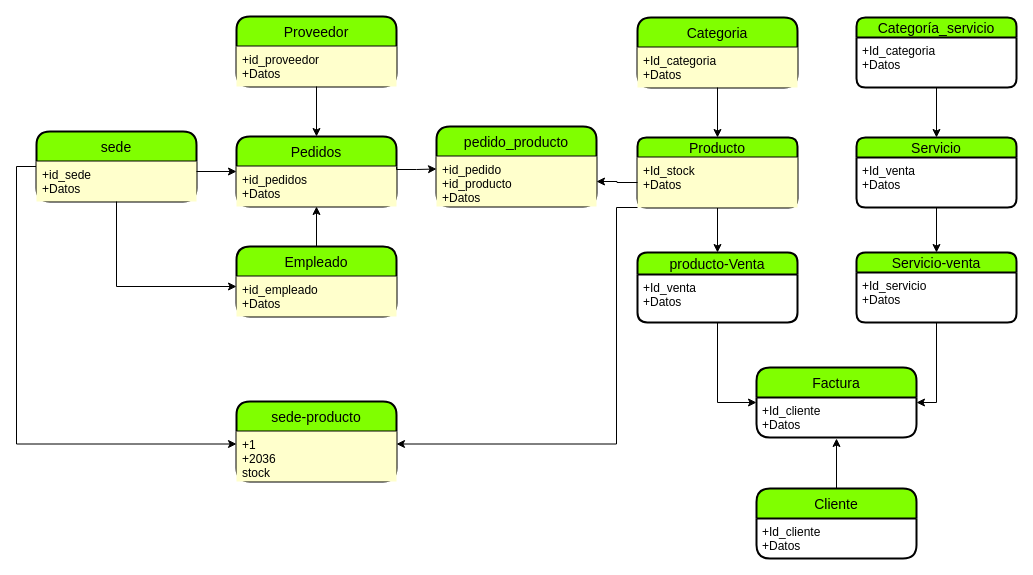
MikhersAgustiniana/Diagrama-MER keeps this draw.io diagram as Diagrama sin título.drawio. Above is the earlier version. Source tidied: cells renumbered, new cells numbered last; positions are measured from the earlier drawing's top-left corner, leaving out a move shared by most shapes. Both pictures are drawn from the tidied source at 100%, with x=0, y=0 at pixel (36, 16).
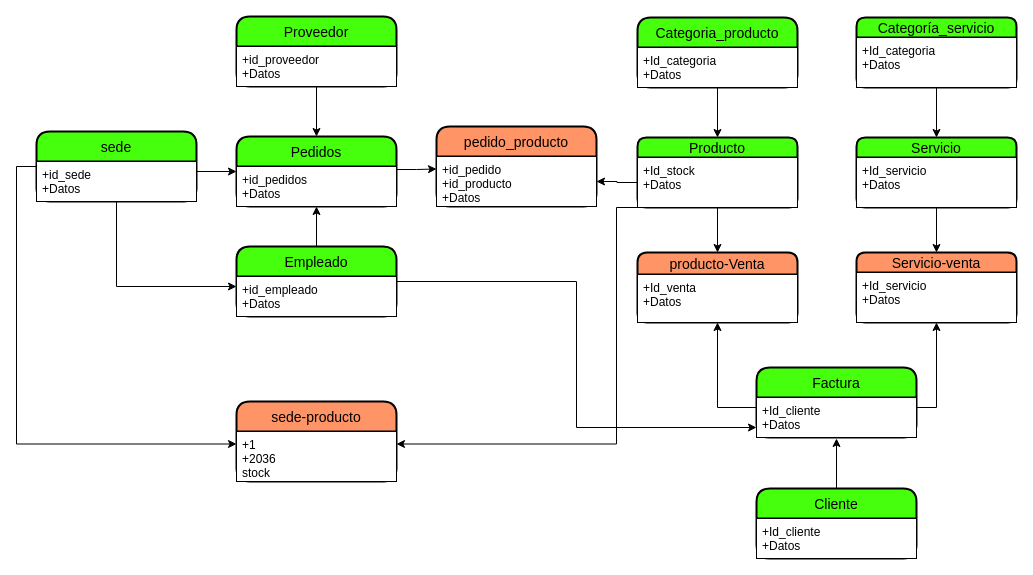
The same diagram, later.

Diff of the diagram source:
```diff
@@
-    <mxCell id="2" value="Proveedor" style="swimlane;horizontal=1;startSize=30;rounded=1;fontSize=14;fontStyle=0;strokeWidth=2;shadow=0;dashed=0;align=center;fillColor=#80FF00;" parent="1" vertex="1">
+    <mxCell id="2" value="Proveedor" style="swimlane;horizontal=1;startSize=30;rounded=1;fontSize=14;fontStyle=0;strokeWidth=2;shadow=0;dashed=0;align=center;fillColor=#45FF0D;strokeColor=#000000;" parent="1" vertex="1">
       <mxGeometry x="200" width="160" height="70" as="geometry" />
     </mxCell>
-    <mxCell id="3" value="+id_proveedor&#10;+Datos" style="align=left;strokeColor=none;fillColor=#FFFFCC;spacingLeft=4;fontSize=12;verticalAlign=top;" parent="2" vertex="1">
+    <mxCell id="3" value="+id_proveedor&#10;+Datos" style="align=left;strokeColor=#000000;fillColor=#FFFFFF;spacingLeft=4;fontSize=12;verticalAlign=top;" parent="2" vertex="1">
       <mxGeometry y="30" width="160" height="40" as="geometry" />
     </mxCell>
-    <mxCell id="4" value="Pedidos" style="swimlane;horizontal=1;startSize=30;rounded=1;fontSize=14;fontStyle=0;strokeWidth=2;shadow=0;dashed=0;align=center;fillColor=#80FF00;" parent="1" vertex="1">
+    <mxCell id="4" value="Pedidos" style="swimlane;horizontal=1;startSize=30;rounded=1;fontSize=14;fontStyle=0;strokeWidth=2;shadow=0;dashed=0;align=center;fillColor=#45FF0D;strokeColor=#000000;" parent="1" vertex="1">
       <mxGeometry x="200" y="120" width="160" height="70" as="geometry" />
     </mxCell>
-    <mxCell id="5" value="+id_pedidos&#10;+Datos" style="align=left;strokeColor=none;fillColor=#FFFFCC;spacingLeft=4;fontSize=12;verticalAlign=top;" parent="4" vertex="1">
+    <mxCell id="5" value="+id_pedidos&#10;+Datos" style="align=left;strokeColor=#000000;fillColor=#FFFFFF;spacingLeft=4;fontSize=12;verticalAlign=top;" parent="4" vertex="1">
       <mxGeometry y="30" width="160" height="40" as="geometry" />
     </mxCell>
-    <mxCell id="6" style="edgeStyle=orthogonalEdgeStyle;rounded=0;jettySize=auto;html=1;exitX=0.5;exitY=1;exitDx=0;exitDy=0;entryX=0.5;entryY=0;entryDx=0;entryDy=0;" parent="1" edge="1" source="3" target="4">
+    <mxCell id="6" style="edgeStyle=orthogonalEdgeStyle;rounded=0;jettySize=auto;html=1;exitX=0.5;exitY=1;exitDx=0;exitDy=0;entryX=0.5;entryY=0;entryDx=0;entryDy=0;fillColor=#FFFFFF;strokeColor=#000000;" parent="1" edge="1" source="3" target="4">
       <mxGeometry relative="1" as="geometry" />
     </mxCell>
-    <mxCell id="7" style="edgeStyle=orthogonalEdgeStyle;rounded=0;jettySize=auto;html=1;entryX=0.5;entryY=1;entryDx=0;entryDy=0;" parent="1" edge="1" source="8" target="5">
+    <mxCell id="7" style="edgeStyle=orthogonalEdgeStyle;rounded=0;jettySize=auto;html=1;entryX=0.5;entryY=1;entryDx=0;entryDy=0;fillColor=#FFFFFF;strokeColor=#000000;" parent="1" edge="1" source="8" target="5">
       <mxGeometry relative="1" as="geometry" />
     </mxCell>
+    <mxCell id="45" style="edgeStyle=orthogonalEdgeStyle;rounded=0;jettySize=auto;html=1;exitX=1;exitY=0.5;exitDx=0;exitDy=0;entryX=0;entryY=0.75;entryDx=0;entryDy=0;fillColor=#FFFFFF;strokeColor=#000000;" parent="1" edge="1" source="8" target="40">
+      <mxGeometry relative="1" as="geometry">
+        <Array as="points">
+          <mxPoint x="540" y="265" />
+          <mxPoint x="540" y="411" />
+        </Array>
+      </mxGeometry>
+    </mxCell>
-    <mxCell id="8" value="Empleado" style="swimlane;horizontal=1;startSize=30;rounded=1;fontSize=14;fontStyle=0;strokeWidth=2;shadow=0;dashed=0;align=center;fillColor=#80FF00;" parent="1" vertex="1">
+    <mxCell id="8" value="Empleado" style="swimlane;horizontal=1;startSize=30;rounded=1;fontSize=14;fontStyle=0;strokeWidth=2;shadow=0;dashed=0;align=center;fillColor=#45FF0D;strokeColor=#000000;" parent="1" vertex="1">
       <mxGeometry x="200" y="230" width="160" height="70" as="geometry" />
     </mxCell>
-    <mxCell id="9" value="+id_empleado&#10;+Datos" style="align=left;strokeColor=none;fillColor=#FFFFCC;spacingLeft=4;fontSize=12;verticalAlign=top;" parent="8" vertex="1">
+    <mxCell id="9" value="+id_empleado&#10;+Datos" style="align=left;strokeColor=#000000;fillColor=#FFFFFF;spacingLeft=4;fontSize=12;verticalAlign=top;" parent="8" vertex="1">
       <mxGeometry y="30" width="160" height="40" as="geometry" />
     </mxCell>
-    <mxCell id="10" value="pedido_producto" style="swimlane;horizontal=1;startSize=30;rounded=1;fontSize=14;fontStyle=0;strokeWidth=2;shadow=0;dashed=0;align=center;fillColor=#80FF00;" parent="1" vertex="1">
+    <mxCell id="10" value="pedido_producto" style="swimlane;horizontal=1;startSize=30;rounded=1;fontSize=14;fontStyle=0;strokeWidth=2;shadow=0;dashed=0;align=center;fillColor=#FF9466;strokeColor=#000000;" parent="1" vertex="1">
       <mxGeometry x="400" y="110" width="160" height="80" as="geometry" />
     </mxCell>
-    <mxCell id="11" value="+id_pedido&#10;+id_producto&#10;+Datos" style="align=left;strokeColor=none;fillColor=#FFFFCC;spacingLeft=4;fontSize=12;verticalAlign=top;" parent="10" vertex="1">
+    <mxCell id="11" value="+id_pedido&#10;+id_producto&#10;+Datos" style="align=left;strokeColor=#000000;fillColor=#FFFFFF;spacingLeft=4;fontSize=12;verticalAlign=top;" parent="10" vertex="1">
       <mxGeometry y="30" width="160" height="50" as="geometry" />
     </mxCell>
-    <mxCell id="12" style="edgeStyle=orthogonalEdgeStyle;rounded=0;jettySize=auto;html=1;exitX=0.5;exitY=1;exitDx=0;exitDy=0;entryX=0.5;entryY=0;entryDx=0;entryDy=0;" parent="1" edge="1" source="13" target="17">
+    <mxCell id="12" style="edgeStyle=orthogonalEdgeStyle;rounded=0;jettySize=auto;html=1;exitX=0.5;exitY=1;exitDx=0;exitDy=0;entryX=0.5;entryY=0;entryDx=0;entryDy=0;fillColor=#FFFFFF;strokeColor=#000000;" parent="1" edge="1" source="13" target="17">
       <mxGeometry relative="1" as="geometry" />
     </mxCell>
-    <mxCell id="13" value="Producto" style="swimlane;horizontal=1;startSize=20;rounded=1;fontSize=14;fontStyle=0;strokeWidth=2;shadow=0;dashed=0;align=center;fillColor=#80FF00;" parent="1" vertex="1">
+    <mxCell id="13" value="Producto" style="swimlane;horizontal=1;startSize=20;rounded=1;fontSize=14;fontStyle=0;strokeWidth=2;shadow=0;dashed=0;align=center;fillColor=#45FF0D;strokeColor=#000000;" parent="1" vertex="1">
       <mxGeometry x="601" y="121" width="160" height="70" as="geometry" />
     </mxCell>
-    <mxCell id="14" value="+Id_stock&#10;+Datos" style="align=left;strokeColor=none;fillColor=#FFFFCC;spacingLeft=4;fontSize=12;verticalAlign=top;" parent="13" vertex="1">
+    <mxCell id="14" value="+Id_stock&#10;+Datos" style="align=left;strokeColor=#000000;fillColor=#FFFFFF;spacingLeft=4;fontSize=12;verticalAlign=top;" parent="13" vertex="1">
       <mxGeometry y="20" width="160" height="50" as="geometry" />
     </mxCell>
-    <mxCell id="15" value="Categoria" style="swimlane;horizontal=1;startSize=30;rounded=1;fontSize=14;fontStyle=0;strokeWidth=2;shadow=0;dashed=0;align=center;fillColor=#80FF00;" parent="1" vertex="1">
+    <mxCell id="15" value="Categoria_producto" style="swimlane;horizontal=1;startSize=30;rounded=1;fontSize=14;fontStyle=0;strokeWidth=2;shadow=0;dashed=0;align=center;fillColor=#45FF0D;strokeColor=#000000;" parent="1" vertex="1">
       <mxGeometry x="601" y="1" width="160" height="70" as="geometry" />
     </mxCell>
-    <mxCell id="16" value="+Id_categoria&#10;+Datos" style="align=left;strokeColor=none;fillColor=#FFFFCC;spacingLeft=4;fontSize=12;verticalAlign=top;" parent="15" vertex="1">
+    <mxCell id="16" value="+Id_categoria&#10;+Datos" style="align=left;strokeColor=#000000;fillColor=#FFFFFF;spacingLeft=4;fontSize=12;verticalAlign=top;" parent="15" vertex="1">
       <mxGeometry y="30" width="160" height="40" as="geometry" />
     </mxCell>
-    <mxCell id="17" value="producto-Venta" style="swimlane;horizontal=1;startSize=22;rounded=1;fontSize=14;fontStyle=0;strokeWidth=2;shadow=0;dashed=0;align=center;fillColor=#80FF00;" parent="1" vertex="1">
+    <mxCell id="17" value="producto-Venta" style="swimlane;horizontal=1;startSize=22;rounded=1;fontSize=14;fontStyle=0;strokeWidth=2;shadow=0;dashed=0;align=center;fillColor=#FF9466;strokeColor=#000000;" parent="1" vertex="1">
       <mxGeometry x="601" y="236" width="160" height="70" as="geometry" />
     </mxCell>
-    <mxCell id="18" value="+Id_venta&#10;+Datos" style="align=left;strokeColor=none;fillColor=none;spacingLeft=4;fontSize=12;verticalAlign=top;" parent="17" vertex="1">
+    <mxCell id="18" value="+Id_venta&#10;+Datos" style="align=left;strokeColor=#000000;fillColor=#FFFFFF;spacingLeft=4;fontSize=12;verticalAlign=top;" parent="17" vertex="1">
       <mxGeometry y="22" width="160" height="48" as="geometry" />
     </mxCell>
-    <mxCell id="19" value="Servicio-venta" style="swimlane;horizontal=1;startSize=20;rounded=1;fontSize=14;fontStyle=0;strokeWidth=2;shadow=0;dashed=0;align=center;fillColor=#80FF00;" parent="1" vertex="1">
+    <mxCell id="19" value="Servicio-venta" style="swimlane;horizontal=1;startSize=20;rounded=1;fontSize=14;fontStyle=0;strokeWidth=2;shadow=0;dashed=0;align=center;fillColor=#FF9466;strokeColor=#000000;" parent="1" vertex="1">
       <mxGeometry x="820" y="236" width="160" height="70" as="geometry" />
     </mxCell>
-    <mxCell id="20" value="+Id_servicio&#10;+Datos" style="align=left;strokeColor=none;fillColor=none;spacingLeft=4;fontSize=12;verticalAlign=top;" parent="19" vertex="1">
+    <mxCell id="20" value="+Id_servicio&#10;+Datos" style="align=left;strokeColor=#000000;fillColor=#FFFFFF;spacingLeft=4;fontSize=12;verticalAlign=top;" parent="19" vertex="1">
       <mxGeometry y="20" width="160" height="50" as="geometry" />
     </mxCell>
-    <mxCell id="21" style="edgeStyle=orthogonalEdgeStyle;rounded=0;jettySize=auto;html=1;" parent="1" edge="1" source="22">
+    <mxCell id="21" style="edgeStyle=orthogonalEdgeStyle;rounded=0;jettySize=auto;html=1;fillColor=#FFFFFF;strokeColor=#000000;" parent="1" edge="1" source="22">
       <mxGeometry relative="1" as="geometry">
         <mxPoint x="800" y="422" as="targetPoint" />
       </mxGeometry>
     </mxCell>
-    <mxCell id="22" value="Cliente" style="swimlane;horizontal=1;startSize=30;rounded=1;fontSize=14;fontStyle=0;strokeWidth=2;shadow=0;dashed=0;align=center;fillColor=#80FF00;" parent="1" vertex="1">
+    <mxCell id="22" value="Cliente" style="swimlane;horizontal=1;startSize=30;rounded=1;fontSize=14;fontStyle=0;strokeWidth=2;shadow=0;dashed=0;align=center;fillColor=#45FF0D;strokeColor=#000000;" parent="1" vertex="1">
       <mxGeometry x="720" y="472" width="160" height="70" as="geometry" />
     </mxCell>
-    <mxCell id="23" value="+Id_cliente&#10;+Datos" style="align=left;strokeColor=none;fillColor=none;spacingLeft=4;fontSize=12;verticalAlign=top;" parent="22" vertex="1">
+    <mxCell id="23" value="+Id_cliente&#10;+Datos" style="align=left;strokeColor=#000000;fillColor=#FFFFFF;spacingLeft=4;fontSize=12;verticalAlign=top;" parent="22" vertex="1">
       <mxGeometry y="30" width="160" height="40" as="geometry" />
     </mxCell>
-    <mxCell id="24" value="Categoría_servicio" style="swimlane;horizontal=1;startSize=20;rounded=1;fontSize=14;fontStyle=0;strokeWidth=2;shadow=0;dashed=0;align=center;fillColor=#80FF00;" parent="1" vertex="1">
+    <mxCell id="24" value="Categoría_servicio" style="swimlane;horizontal=1;startSize=20;rounded=1;fontSize=14;fontStyle=0;strokeWidth=2;shadow=0;dashed=0;align=center;fillColor=#45FF0D;strokeColor=#000000;" parent="1" vertex="1">
       <mxGeometry x="820" y="1" width="160" height="70" as="geometry" />
     </mxCell>
-    <mxCell id="25" value="+Id_categoria&#10;+Datos" style="align=left;strokeColor=none;fillColor=none;spacingLeft=4;fontSize=12;verticalAlign=top;" parent="24" vertex="1">
+    <mxCell id="25" value="+Id_categoria&#10;+Datos" style="align=left;strokeColor=#000000;fillColor=#FFFFFF;spacingLeft=4;fontSize=12;verticalAlign=top;" parent="24" vertex="1">
       <mxGeometry y="20" width="160" height="50" as="geometry" />
     </mxCell>
-    <mxCell id="26" style="edgeStyle=orthogonalEdgeStyle;rounded=0;jettySize=auto;html=1;exitX=0.5;exitY=1;exitDx=0;exitDy=0;entryX=0.5;entryY=0;entryDx=0;entryDy=0;" parent="1" edge="1" source="16" target="13">
+    <mxCell id="26" style="edgeStyle=orthogonalEdgeStyle;rounded=0;jettySize=auto;html=1;exitX=0.5;exitY=1;exitDx=0;exitDy=0;entryX=0.5;entryY=0;entryDx=0;entryDy=0;fillColor=#FFFFFF;strokeColor=#000000;" parent="1" edge="1" source="16" target="13">
       <mxGeometry relative="1" as="geometry" />
     </mxCell>
-    <mxCell id="27" style="edgeStyle=orthogonalEdgeStyle;rounded=0;jettySize=auto;html=1;" parent="1" edge="1" source="14" target="11">
+    <mxCell id="27" style="edgeStyle=orthogonalEdgeStyle;rounded=0;jettySize=auto;html=1;fillColor=#FFFFFF;strokeColor=#000000;" parent="1" edge="1" source="14" target="11">
       <mxGeometry relative="1" as="geometry" />
     </mxCell>
-    <mxCell id="28" style="edgeStyle=orthogonalEdgeStyle;rounded=0;jettySize=auto;html=1;exitX=1;exitY=0;exitDx=0;exitDy=0;entryX=0;entryY=0.25;entryDx=0;entryDy=0;" parent="1" edge="1" source="5" target="11">
+    <mxCell id="28" style="edgeStyle=orthogonalEdgeStyle;rounded=0;jettySize=auto;html=1;exitX=1;exitY=0;exitDx=0;exitDy=0;entryX=0;entryY=0.25;entryDx=0;entryDy=0;fillColor=#FFFFFF;strokeColor=#000000;" parent="1" edge="1" source="5" target="11">
       <mxGeometry relative="1" as="geometry">
         <Array as="points">
           <mxPoint x="360" y="153" />
           <mxPoint x="380" y="153" />
         </Array>
       </mxGeometry>
     </mxCell>
-    <mxCell id="29" style="edgeStyle=orthogonalEdgeStyle;rounded=0;jettySize=auto;html=1;exitX=0;exitY=0.5;exitDx=0;exitDy=0;entryX=0;entryY=0.25;entryDx=0;entryDy=0;" parent="1" edge="1" source="30" target="35">
+    <mxCell id="29" style="edgeStyle=orthogonalEdgeStyle;rounded=0;jettySize=auto;html=1;exitX=0;exitY=0.5;exitDx=0;exitDy=0;entryX=0;entryY=0.25;entryDx=0;entryDy=0;fillColor=#FFFFFF;strokeColor=#000000;" parent="1" edge="1" source="30" target="35">
       <mxGeometry relative="1" as="geometry" />
     </mxCell>
-    <mxCell id="30" value="sede" style="swimlane;horizontal=1;startSize=30;rounded=1;fontSize=14;fontStyle=0;strokeWidth=2;shadow=0;dashed=0;align=center;fillColor=#80FF00;" parent="1" vertex="1">
+    <mxCell id="30" value="sede" style="swimlane;horizontal=1;startSize=30;rounded=1;fontSize=14;fontStyle=0;strokeWidth=2;shadow=0;dashed=0;align=center;fillColor=#45FF0D;strokeColor=#000000;" parent="1" vertex="1">
       <mxGeometry y="115" width="160" height="70" as="geometry" />
     </mxCell>
-    <mxCell id="31" value="+id_sede&#10;+Datos" style="align=left;strokeColor=none;fillColor=#FFFFCC;spacingLeft=4;fontSize=12;verticalAlign=top;" parent="30" vertex="1">
+    <mxCell id="31" value="+id_sede&#10;+Datos" style="align=left;strokeColor=#000000;fillColor=#FFFFFF;spacingLeft=4;fontSize=12;verticalAlign=top;" parent="30" vertex="1">
       <mxGeometry y="30" width="160" height="40" as="geometry" />
     </mxCell>
-    <mxCell id="32" style="edgeStyle=orthogonalEdgeStyle;rounded=0;jettySize=auto;html=1;exitX=1;exitY=0.25;exitDx=0;exitDy=0;entryX=0;entryY=0.5;entryDx=0;entryDy=0;" parent="1" edge="1" source="31" target="4">
+    <mxCell id="32" style="edgeStyle=orthogonalEdgeStyle;rounded=0;jettySize=auto;html=1;exitX=1;exitY=0.25;exitDx=0;exitDy=0;entryX=0;entryY=0.5;entryDx=0;entryDy=0;fillColor=#FFFFFF;strokeColor=#000000;" parent="1" edge="1" source="31" target="4">
       <mxGeometry relative="1" as="geometry" />
     </mxCell>
-    <mxCell id="33" style="edgeStyle=orthogonalEdgeStyle;rounded=0;jettySize=auto;html=1;exitX=0.5;exitY=1;exitDx=0;exitDy=0;entryX=0;entryY=0.25;entryDx=0;entryDy=0;" parent="1" edge="1" source="31" target="9">
+    <mxCell id="33" style="edgeStyle=orthogonalEdgeStyle;rounded=0;jettySize=auto;html=1;exitX=0.5;exitY=1;exitDx=0;exitDy=0;entryX=0;entryY=0.25;entryDx=0;entryDy=0;fillColor=#FFFFFF;strokeColor=#000000;" parent="1" edge="1" source="31" target="9">
       <mxGeometry relative="1" as="geometry" />
     </mxCell>
-    <mxCell id="34" value="sede-producto" style="swimlane;horizontal=1;startSize=30;rounded=1;fontSize=14;fontStyle=0;strokeWidth=2;shadow=0;dashed=0;align=center;fillColor=#80FF00;" parent="1" vertex="1">
+    <mxCell id="34" value="sede-producto" style="swimlane;horizontal=1;startSize=30;rounded=1;fontSize=14;fontStyle=0;strokeWidth=2;shadow=0;dashed=0;align=center;fillColor=#FF9466;strokeColor=#000000;" parent="1" vertex="1">
       <mxGeometry x="200" y="385" width="160" height="80" as="geometry" />
     </mxCell>
-    <mxCell id="35" value="+1&#10;+2036&#10;stock" style="align=left;strokeColor=none;fillColor=#FFFFCC;spacingLeft=4;fontSize=12;verticalAlign=top;" parent="34" vertex="1">
+    <mxCell id="35" value="+1&#10;+2036&#10;stock" style="align=left;strokeColor=#000000;fillColor=#FFFFFF;spacingLeft=4;fontSize=12;verticalAlign=top;" parent="34" vertex="1">
       <mxGeometry y="30" width="160" height="50" as="geometry" />
     </mxCell>
-    <mxCell id="36" value="Servicio" style="swimlane;horizontal=1;startSize=20;rounded=1;fontSize=14;fontStyle=0;strokeWidth=2;shadow=0;dashed=0;align=center;fillColor=#80FF00;" parent="1" vertex="1">
+    <mxCell id="36" value="Servicio" style="swimlane;horizontal=1;startSize=20;rounded=1;fontSize=14;fontStyle=0;strokeWidth=2;shadow=0;dashed=0;align=center;fillColor=#45FF0D;strokeColor=#000000;" parent="1" vertex="1">
       <mxGeometry x="820" y="121" width="160" height="70" as="geometry" />
     </mxCell>
-    <mxCell id="37" value="+Id_venta&#10;+Datos" style="align=left;strokeColor=none;fillColor=none;spacingLeft=4;fontSize=12;verticalAlign=top;" parent="36" vertex="1">
+    <mxCell id="37" value="+Id_servicio&#10;+Datos" style="align=left;strokeColor=#000000;fillColor=#FFFFFF;spacingLeft=4;fontSize=12;verticalAlign=top;" parent="36" vertex="1">
       <mxGeometry y="20" width="160" height="50" as="geometry" />
     </mxCell>
-    <mxCell id="38" style="edgeStyle=orthogonalEdgeStyle;rounded=0;jettySize=auto;html=1;exitX=0.5;exitY=1;exitDx=0;exitDy=0;entryX=0.5;entryY=0;entryDx=0;entryDy=0;" parent="1" edge="1" source="25" target="36">
+    <mxCell id="38" style="edgeStyle=orthogonalEdgeStyle;rounded=0;jettySize=auto;html=1;exitX=0.5;exitY=1;exitDx=0;exitDy=0;entryX=0.5;entryY=0;entryDx=0;entryDy=0;fillColor=#FFFFFF;strokeColor=#000000;" parent="1" edge="1" source="25" target="36">
       <mxGeometry relative="1" as="geometry" />
     </mxCell>
-    <mxCell id="39" value="Factura" style="swimlane;horizontal=1;startSize=30;rounded=1;fontSize=14;fontStyle=0;strokeWidth=2;shadow=0;dashed=0;align=center;fillColor=#80FF00;" parent="1" vertex="1">
+    <mxCell id="39" value="Factura" style="swimlane;horizontal=1;startSize=30;rounded=1;fontSize=14;fontStyle=0;strokeWidth=2;shadow=0;dashed=0;align=center;fillColor=#45FF0D;strokeColor=#000000;" parent="1" vertex="1">
       <mxGeometry x="720" y="351" width="160" height="70" as="geometry" />
     </mxCell>
-    <mxCell id="40" value="+Id_cliente&#10;+Datos" style="align=left;strokeColor=none;fillColor=none;spacingLeft=4;fontSize=12;verticalAlign=top;" parent="39" vertex="1">
+    <mxCell id="40" value="+Id_cliente&#10;+Datos" style="align=left;strokeColor=#000000;fillColor=#FFFFFF;spacingLeft=4;fontSize=12;verticalAlign=top;" parent="39" vertex="1">
       <mxGeometry y="30" width="160" height="40" as="geometry" />
     </mxCell>
-    <mxCell id="41" style="edgeStyle=orthogonalEdgeStyle;rounded=0;jettySize=auto;html=1;exitX=0.5;exitY=1;exitDx=0;exitDy=0;entryX=1;entryY=0.5;entryDx=0;entryDy=0;" parent="1" edge="1" source="20" target="39">
-      <mxGeometry relative="1" as="geometry" />
-    </mxCell>
-    <mxCell id="42" style="edgeStyle=orthogonalEdgeStyle;rounded=0;jettySize=auto;html=1;exitX=0.5;exitY=1;exitDx=0;exitDy=0;entryX=0;entryY=0.5;entryDx=0;entryDy=0;" parent="1" edge="1" source="18" target="39">
-      <mxGeometry relative="1" as="geometry" />
-    </mxCell>
-    <mxCell id="43" style="edgeStyle=orthogonalEdgeStyle;rounded=0;jettySize=auto;html=1;exitX=0.5;exitY=1;exitDx=0;exitDy=0;entryX=0.5;entryY=0;entryDx=0;entryDy=0;" parent="1" edge="1" source="37" target="19">
+    <mxCell id="43" style="edgeStyle=orthogonalEdgeStyle;rounded=0;jettySize=auto;html=1;exitX=0.5;exitY=1;exitDx=0;exitDy=0;entryX=0.5;entryY=0;entryDx=0;entryDy=0;fillColor=#FFFFFF;strokeColor=#000000;" parent="1" edge="1" source="37" target="19">
       <mxGeometry relative="1" as="geometry" />
     </mxCell>
-    <mxCell id="44" style="edgeStyle=orthogonalEdgeStyle;rounded=0;jettySize=auto;html=1;exitX=0;exitY=1;exitDx=0;exitDy=0;entryX=1;entryY=0.25;entryDx=0;entryDy=0;" parent="1" edge="1" source="14" target="35">
+    <mxCell id="44" style="edgeStyle=orthogonalEdgeStyle;rounded=0;jettySize=auto;html=1;exitX=0;exitY=1;exitDx=0;exitDy=0;entryX=1;entryY=0.25;entryDx=0;entryDy=0;fillColor=#FFFFFF;strokeColor=#000000;" parent="1" edge="1" source="14" target="35">
       <mxGeometry relative="1" as="geometry">
         <Array as="points">
           <mxPoint x="580" y="191" />
           <mxPoint x="580" y="427" />
         </Array>
       </mxGeometry>
     </mxCell>
+    <mxCell id="46" style="edgeStyle=orthogonalEdgeStyle;rounded=0;jettySize=auto;html=1;exitX=1;exitY=0.25;exitDx=0;exitDy=0;entryX=0.5;entryY=1;entryDx=0;entryDy=0;fillColor=#FFFFFF;strokeColor=#000000;" parent="1" edge="1" source="40" target="20">
+      <mxGeometry relative="1" as="geometry" />
+    </mxCell>
+    <mxCell id="47" style="edgeStyle=orthogonalEdgeStyle;rounded=0;jettySize=auto;html=1;exitX=0;exitY=0.25;exitDx=0;exitDy=0;entryX=0.5;entryY=1;entryDx=0;entryDy=0;fillColor=#FFFFFF;strokeColor=#000000;" parent="1" edge="1" source="40" target="18">
+      <mxGeometry relative="1" as="geometry" />
+    </mxCell>
```
